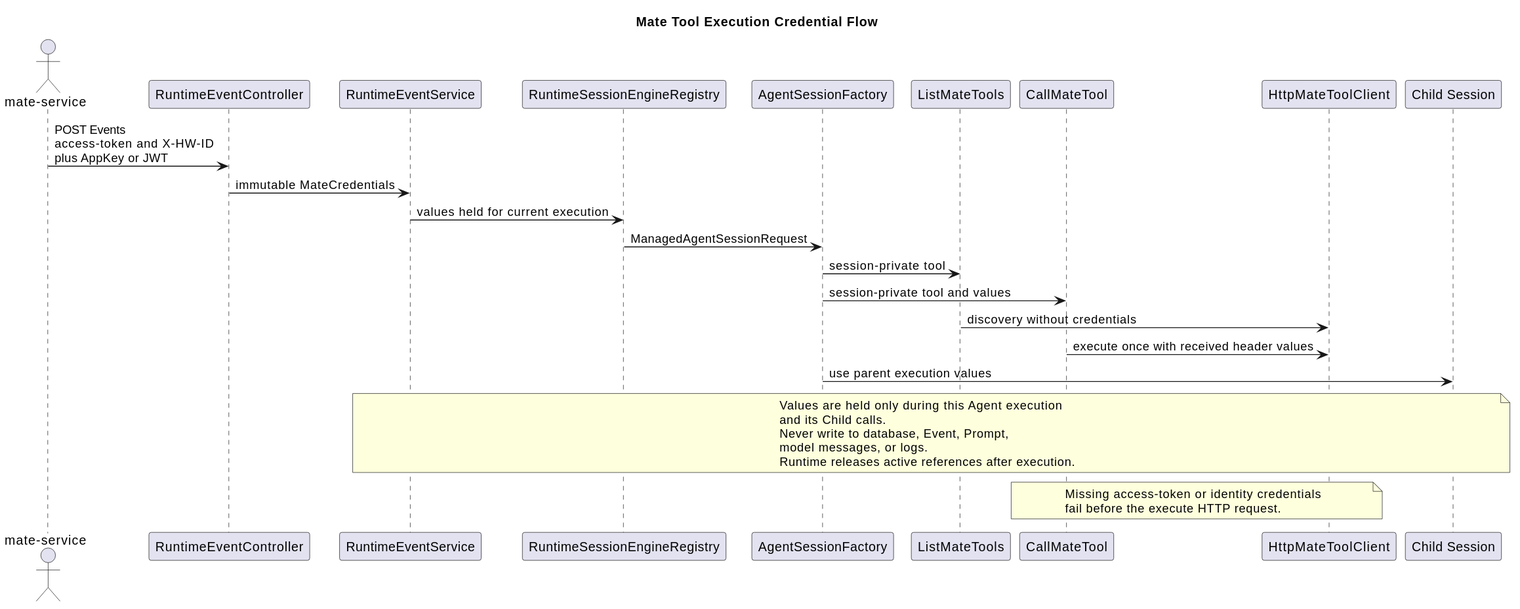
2862282695gjh-afk/pi-mono-java keeps this PlantUML diagram as docs/designs/tool-system-v2/mate_credential_flow.svg. Above is the earlier version.
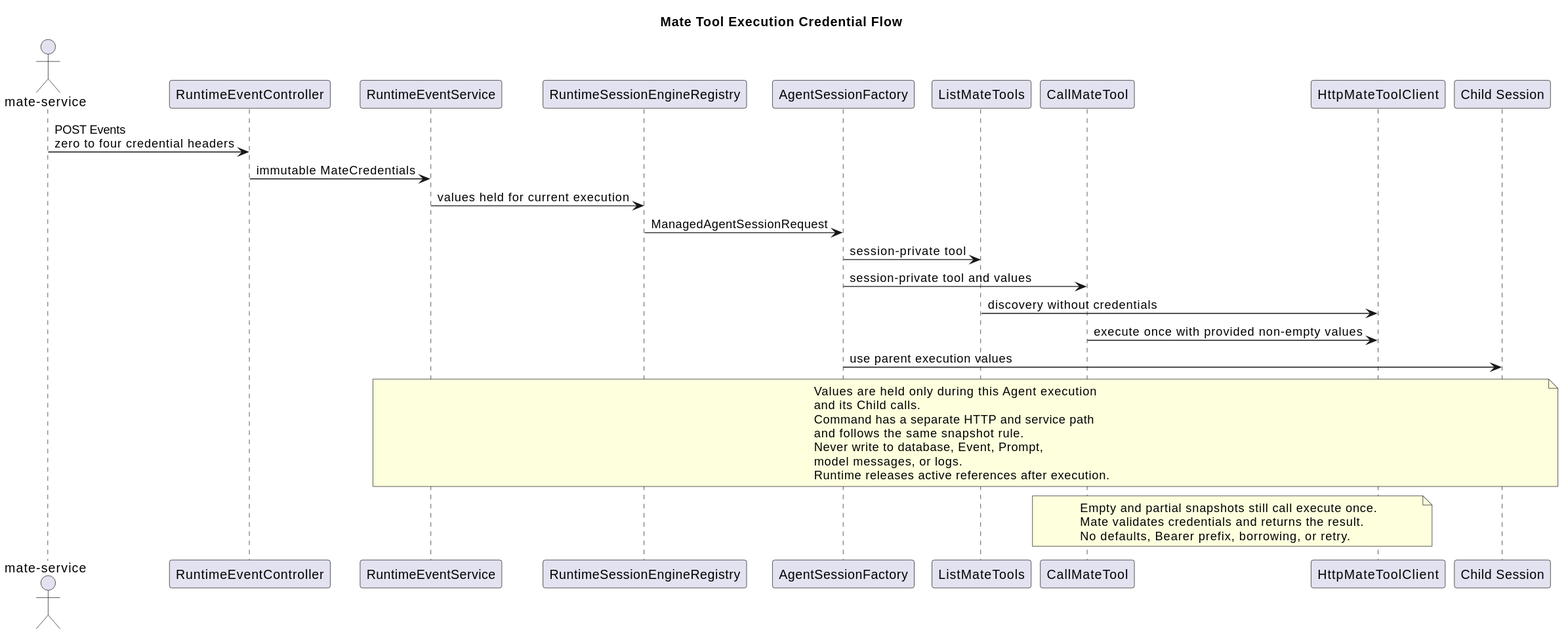
The same file after the commit.

Diff of the diagram source:
```diff
@@ -12,24 +12,27 @@
 participant "HttpMateToolClient" as Client
 participant "Child Session" as Child
 
-Caller -> Controller : POST Events\naccess-token and X-HW-ID\nplus AppKey or JWT
+Caller -> Controller : POST Events\nzero to four credential headers
 Controller -> Service : immutable MateCredentials
 Service -> Registry : values held for current execution
 Registry -> Factory : ManagedAgentSessionRequest
 Factory -> List : session-private tool
 Factory -> Call : session-private tool and values
 List -> Client : discovery without credentials
-Call -> Client : execute once with received header values
+Call -> Client : execute once with provided non-empty values
 Factory -> Child : use parent execution values
 note over Service,Child
   Values are held only during this Agent execution
   and its Child calls.
+  Command has a separate HTTP and service path
+  and follows the same snapshot rule.
   Never write to database, Event, Prompt,
   model messages, or logs.
   Runtime releases active references after execution.
 end note
 note over Call,Client
-  Missing access-token or identity credentials
-  fail before the execute HTTP request.
+  Empty and partial snapshots still call execute once.
+  Mate validates credentials and returns the result.
+  No defaults, Bearer prefix, borrowing, or retry.
 end note
 @enduml
```
